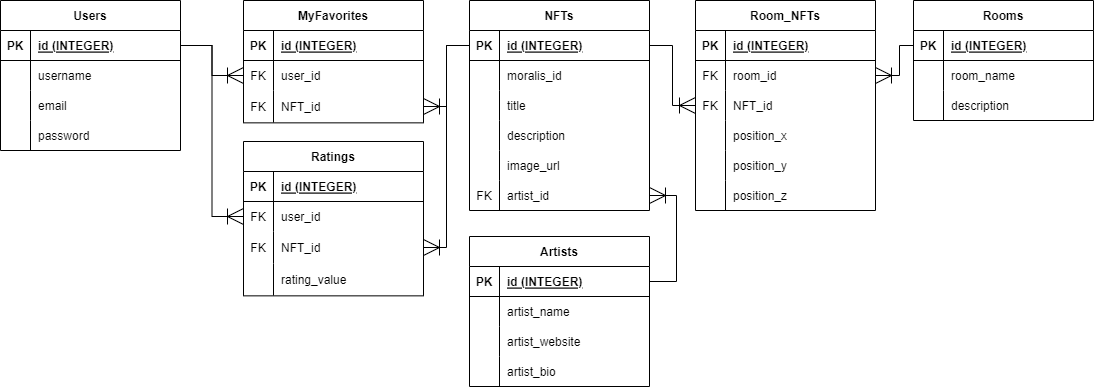
Above: schema.drawio.png in foxy008/CyberScape-client (draw.io), before the change. Source tidied: cells renumbered, new cells last; positions are measured from the earlier drawing's top-left corner, leaving out a move shared by most shapes.
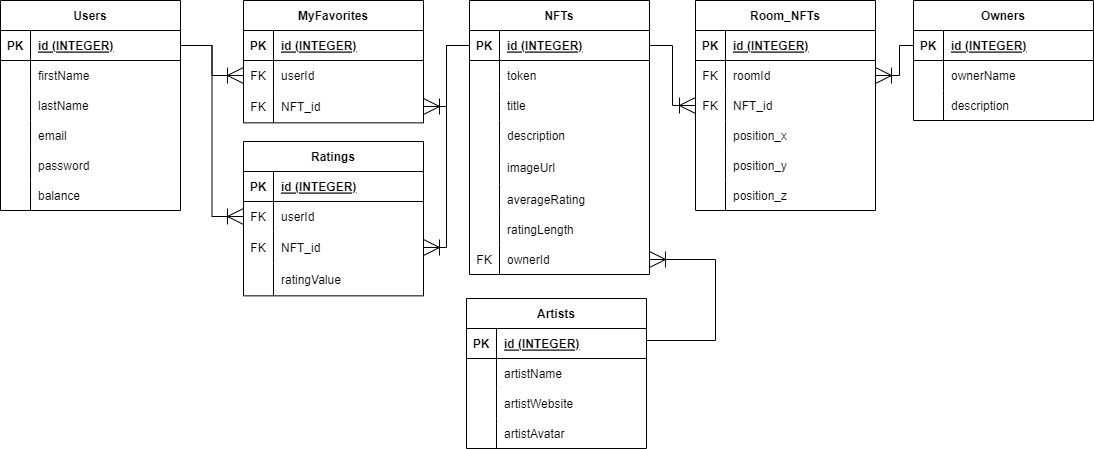
Above is the later version.

What changed in the source:
```diff
@@ -3,7 +3,7 @@
     <mxCell id="0" />
     <mxCell id="1" parent="0" />
     <mxCell id="2" value="Users" style="shape=table;startSize=30;rowLines=0;fontStyle=1;align=center;" parent="1" vertex="1">
-      <mxGeometry width="180" height="150" as="geometry" />
+      <mxGeometry width="180" height="210" as="geometry" />
     </mxCell>
     <mxCell id="3" style="shape=tableRow;horizontal=0;startSize=0;swimlaneHead=0;swimlaneBody=0;fillColor=none;points=[[0,0.5],[1,0.5]];portConstraint=eastwest;top=0;left=0;right=0;bottom=1;" parent="2" vertex="1">
       <mxGeometry y="30" width="180" height="30" as="geometry" />
@@ -20,7 +20,7 @@
     <mxCell id="7" style="shape=partialRectangle;fillColor=none;top=0;left=0;bottom=0;right=0;overflow=hidden;" parent="6" vertex="1">
       <mxGeometry width="30" height="30" as="geometry" />
     </mxCell>
-    <mxCell id="8" value="username" style="shape=partialRectangle;fillColor=none;top=0;left=0;bottom=0;right=0;align=left;spacingLeft=6;overflow=hidden;" parent="6" vertex="1">
+    <mxCell id="8" value="firstName" style="shape=partialRectangle;fillColor=none;top=0;left=0;bottom=0;right=0;align=left;spacingLeft=6;overflow=hidden;" parent="6" vertex="1">
       <mxGeometry x="30" width="150" height="30" as="geometry" />
     </mxCell>
     <mxCell id="9" style="shape=tableRow;horizontal=0;startSize=0;swimlaneHead=0;swimlaneBody=0;fillColor=none;top=0;left=0;right=0;bottom=0;" parent="2" vertex="1">
@@ -29,20 +29,38 @@
     <mxCell id="10" style="shape=partialRectangle;fillColor=none;top=0;left=0;bottom=0;right=0;overflow=hidden;" parent="9" vertex="1">
       <mxGeometry width="30" height="30" as="geometry" />
     </mxCell>
-    <mxCell id="11" value="email" style="shape=partialRectangle;fillColor=none;top=0;left=0;bottom=0;right=0;align=left;spacingLeft=6;overflow=hidden;" parent="9" vertex="1">
+    <mxCell id="11" value="lastName" style="shape=partialRectangle;fillColor=none;top=0;left=0;bottom=0;right=0;align=left;spacingLeft=6;overflow=hidden;" parent="9" vertex="1">
       <mxGeometry x="30" width="150" height="30" as="geometry" />
     </mxCell>
     <mxCell id="12" style="shape=tableRow;horizontal=0;startSize=0;swimlaneHead=0;swimlaneBody=0;fillColor=none;top=0;left=0;right=0;bottom=0;" parent="2" vertex="1">
       <mxGeometry y="120" width="180" height="30" as="geometry" />
     </mxCell>
-    <mxCell id="13" style="shape=partialRectangle;fillColor=none;top=0;left=0;bottom=0;right=0;overflow=hidden;" parent="12" vertex="1">
-      <mxGeometry width="30" height="30" as="geometry" />
-    </mxCell>
+    <mxCell id="106" style="shape=partialRectangle;fillColor=none;top=0;left=0;bottom=0;right=0;overflow=hidden;" parent="12" vertex="1">
+      <mxGeometry width="30" height="30" as="geometry" />
+    </mxCell>
+    <mxCell id="107" value="email" style="shape=partialRectangle;fillColor=none;top=0;left=0;bottom=0;right=0;align=left;spacingLeft=6;overflow=hidden;" parent="12" vertex="1">
+      <mxGeometry x="30" width="150" height="30" as="geometry" />
+    </mxCell>
+    <mxCell id="108" style="shape=tableRow;horizontal=0;startSize=0;swimlaneHead=0;swimlaneBody=0;fillColor=none;top=0;left=0;right=0;bottom=0;" parent="2" vertex="1">
+      <mxGeometry y="150" width="180" height="30" as="geometry" />
+    </mxCell>
+    <mxCell id="109" style="shape=partialRectangle;fillColor=none;top=0;left=0;bottom=0;right=0;overflow=hidden;" parent="108" vertex="1">
+      <mxGeometry width="30" height="30" as="geometry" />
+    </mxCell>
-    <mxCell id="14" value="password" style="shape=partialRectangle;fillColor=none;top=0;left=0;bottom=0;right=0;align=left;spacingLeft=6;overflow=hidden;" parent="12" vertex="1">
+    <mxCell id="14" value="password" style="shape=partialRectangle;fillColor=none;top=0;left=0;bottom=0;right=0;align=left;spacingLeft=6;overflow=hidden;" parent="108" vertex="1">
       <mxGeometry x="30" width="150" height="30" as="geometry" />
     </mxCell>
+    <mxCell id="110" style="shape=tableRow;horizontal=0;startSize=0;swimlaneHead=0;swimlaneBody=0;fillColor=none;top=0;left=0;right=0;bottom=0;" parent="2" vertex="1">
+      <mxGeometry y="180" width="180" height="30" as="geometry" />
+    </mxCell>
+    <mxCell id="111" style="shape=partialRectangle;fillColor=none;top=0;left=0;bottom=0;right=0;overflow=hidden;" parent="110" vertex="1">
+      <mxGeometry width="30" height="30" as="geometry" />
+    </mxCell>
+    <mxCell id="112" value="balance" style="shape=partialRectangle;fillColor=none;top=0;left=0;bottom=0;right=0;align=left;spacingLeft=6;overflow=hidden;" parent="110" vertex="1">
+      <mxGeometry x="30" width="150" height="30" as="geometry" />
+    </mxCell>
     <mxCell id="15" value="NFTs" style="shape=table;startSize=30;rowLines=0;fontStyle=1;align=center;" parent="1" vertex="1">
-      <mxGeometry x="469" width="180" height="210" as="geometry" />
+      <mxGeometry x="469" width="180" height="274" as="geometry" />
     </mxCell>
     <mxCell id="16" style="shape=tableRow;horizontal=0;startSize=0;swimlaneHead=0;swimlaneBody=0;fillColor=none;points=[[0,0.5],[1,0.5]];portConstraint=eastwest;top=0;left=0;right=0;bottom=1;" parent="15" vertex="1">
       <mxGeometry y="30" width="180" height="30" as="geometry" />
@@ -59,7 +77,7 @@
     <mxCell id="20" style="shape=partialRectangle;fillColor=none;top=0;left=0;bottom=0;right=0;overflow=hidden;" parent="19" vertex="1">
       <mxGeometry width="30" height="30" as="geometry" />
     </mxCell>
-    <mxCell id="21" value="moralis_id" style="shape=partialRectangle;fillColor=none;top=0;left=0;bottom=0;right=0;align=left;spacingLeft=6;overflow=hidden;" parent="19" vertex="1">
+    <mxCell id="21" value="token" style="shape=partialRectangle;fillColor=none;top=0;left=0;bottom=0;right=0;align=left;spacingLeft=6;overflow=hidden;" parent="19" vertex="1">
       <mxGeometry x="30" width="150" height="30" as="geometry" />
     </mxCell>
     <mxCell id="22" style="shape=tableRow;horizontal=0;startSize=0;swimlaneHead=0;swimlaneBody=0;fillColor=none;top=0;left=0;right=0;bottom=0;" parent="15" vertex="1">
@@ -81,23 +99,41 @@
       <mxGeometry x="30" width="150" height="30" as="geometry" />
     </mxCell>
     <mxCell id="28" style="shape=tableRow;horizontal=0;startSize=0;swimlaneHead=0;swimlaneBody=0;fillColor=none;top=0;left=0;right=0;bottom=0;" parent="15" vertex="1">
-      <mxGeometry y="150" width="180" height="30" as="geometry" />
+      <mxGeometry y="150" width="180" height="34" as="geometry" />
     </mxCell>
     <mxCell id="29" style="shape=partialRectangle;fillColor=none;top=0;left=0;bottom=0;right=0;overflow=hidden;" parent="28" vertex="1">
-      <mxGeometry width="30" height="30" as="geometry" />
+      <mxGeometry width="30" height="34" as="geometry" />
     </mxCell>
-    <mxCell id="30" value="image_url" style="shape=partialRectangle;fillColor=none;top=0;left=0;bottom=0;right=0;align=left;spacingLeft=6;overflow=hidden;" parent="28" vertex="1">
-      <mxGeometry x="30" width="150" height="30" as="geometry" />
+    <mxCell id="30" value="imageUrl" style="shape=partialRectangle;fillColor=none;top=0;left=0;bottom=0;right=0;align=left;spacingLeft=6;overflow=hidden;" parent="28" vertex="1">
+      <mxGeometry x="30" width="150" height="34" as="geometry" />
     </mxCell>
+    <mxCell id="113" style="shape=tableRow;horizontal=0;startSize=0;swimlaneHead=0;swimlaneBody=0;fillColor=none;top=0;left=0;right=0;bottom=0;" parent="15" vertex="1">
+      <mxGeometry y="184" width="180" height="30" as="geometry" />
+    </mxCell>
+    <mxCell id="114" style="shape=partialRectangle;fillColor=none;top=0;left=0;bottom=0;right=0;overflow=hidden;" parent="113" vertex="1">
+      <mxGeometry width="30" height="30" as="geometry" />
+    </mxCell>
+    <mxCell id="115" value="averageRating" style="shape=partialRectangle;fillColor=none;top=0;left=0;bottom=0;right=0;align=left;spacingLeft=6;overflow=hidden;" parent="113" vertex="1">
+      <mxGeometry x="30" width="150" height="30" as="geometry" />
+    </mxCell>
     <mxCell id="31" style="shape=tableRow;horizontal=0;startSize=0;swimlaneHead=0;swimlaneBody=0;fillColor=none;points=[[0,0.5],[1,0.5]];portConstraint=eastwest;top=0;left=0;right=0;bottom=0;" parent="15" vertex="1">
-      <mxGeometry y="180" width="180" height="30" as="geometry" />
+      <mxGeometry y="214" width="180" height="30" as="geometry" />
     </mxCell>
-    <mxCell id="32" value="FK" style="shape=partialRectangle;fillColor=none;top=0;left=0;bottom=0;right=0;overflow=hidden;" parent="31" vertex="1">
+    <mxCell id="32" style="shape=partialRectangle;fillColor=none;top=0;left=0;bottom=0;right=0;overflow=hidden;" parent="31" vertex="1">
       <mxGeometry width="30" height="30" as="geometry" />
     </mxCell>
-    <mxCell id="33" value="artist_id" style="shape=partialRectangle;fillColor=none;top=0;left=0;bottom=0;right=0;align=left;spacingLeft=6;overflow=hidden;" parent="31" vertex="1">
+    <mxCell id="33" value="ratingLength" style="shape=partialRectangle;fillColor=none;top=0;left=0;bottom=0;right=0;align=left;spacingLeft=6;overflow=hidden;" parent="31" vertex="1">
       <mxGeometry x="30" width="150" height="30" as="geometry" />
     </mxCell>
+    <mxCell id="116" style="shape=tableRow;horizontal=0;startSize=0;swimlaneHead=0;swimlaneBody=0;fillColor=none;points=[[0,0.5],[1,0.5]];portConstraint=eastwest;top=0;left=0;right=0;bottom=0;" parent="15" vertex="1">
+      <mxGeometry y="244" width="180" height="30" as="geometry" />
+    </mxCell>
+    <mxCell id="117" value="FK" style="shape=partialRectangle;fillColor=none;top=0;left=0;bottom=0;right=0;overflow=hidden;" parent="116" vertex="1">
+      <mxGeometry width="30" height="30" as="geometry" />
+    </mxCell>
+    <mxCell id="118" value="ownerId" style="shape=partialRectangle;fillColor=none;top=0;left=0;bottom=0;right=0;align=left;spacingLeft=6;overflow=hidden;" parent="116" vertex="1">
+      <mxGeometry x="30" width="150" height="30" as="geometry" />
+    </mxCell>
     <mxCell id="34" value="MyFavorites" style="shape=table;startSize=30;rowLines=0;fontStyle=1;align=center;" parent="1" vertex="1">
       <mxGeometry x="243" width="180" height="122.4" as="geometry" />
     </mxCell>
@@ -116,7 +152,7 @@
     <mxCell id="39" value="FK" style="shape=partialRectangle;fillColor=none;top=0;left=0;bottom=0;right=0;overflow=hidden;" parent="38" vertex="1">
       <mxGeometry width="30" height="30" as="geometry" />
     </mxCell>
-    <mxCell id="40" value="user_id" style="shape=partialRectangle;fillColor=none;top=0;left=0;bottom=0;right=0;align=left;spacingLeft=6;overflow=hidden;" parent="38" vertex="1">
+    <mxCell id="40" value="userId" style="shape=partialRectangle;fillColor=none;top=0;left=0;bottom=0;right=0;align=left;spacingLeft=6;overflow=hidden;" parent="38" vertex="1">
       <mxGeometry x="30" width="150" height="30" as="geometry" />
     </mxCell>
     <mxCell id="41" style="shape=tableRow;horizontal=0;startSize=0;swimlaneHead=0;swimlaneBody=0;fillColor=none;points=[[0,0.5],[1,0.5]];portConstraint=eastwest;top=0;left=0;right=0;bottom=0;" parent="34" vertex="1">
@@ -129,7 +165,7 @@
       <mxGeometry x="30" width="150" height="32" as="geometry" />
     </mxCell>
     <mxCell id="44" value="Artists" style="shape=table;startSize=30;rowLines=0;fontStyle=1;align=center;" parent="1" vertex="1">
-      <mxGeometry x="469" y="236" width="180" height="150" as="geometry" />
+      <mxGeometry x="466" y="298" width="180" height="150" as="geometry" />
     </mxCell>
     <mxCell id="45" style="shape=tableRow;horizontal=0;startSize=0;swimlaneHead=0;swimlaneBody=0;fillColor=none;points=[[0,0.5],[1,0.5]];portConstraint=eastwest;top=0;left=0;right=0;bottom=1;" parent="44" vertex="1">
       <mxGeometry y="30" width="180" height="30" as="geometry" />
@@ -146,7 +182,7 @@
     <mxCell id="49" style="shape=partialRectangle;fillColor=none;top=0;left=0;bottom=0;right=0;overflow=hidden;" parent="48" vertex="1">
       <mxGeometry width="30" height="30" as="geometry" />
     </mxCell>
-    <mxCell id="50" value="artist_name" style="shape=partialRectangle;fillColor=none;top=0;left=0;bottom=0;right=0;align=left;spacingLeft=6;overflow=hidden;" parent="48" vertex="1">
+    <mxCell id="50" value="artistName" style="shape=partialRectangle;fillColor=none;top=0;left=0;bottom=0;right=0;align=left;spacingLeft=6;overflow=hidden;" parent="48" vertex="1">
       <mxGeometry x="30" width="150" height="30" as="geometry" />
     </mxCell>
     <mxCell id="51" style="shape=tableRow;horizontal=0;startSize=0;swimlaneHead=0;swimlaneBody=0;fillColor=none;top=0;left=0;right=0;bottom=0;" parent="44" vertex="1">
@@ -155,7 +191,7 @@
     <mxCell id="52" style="shape=partialRectangle;fillColor=none;top=0;left=0;bottom=0;right=0;overflow=hidden;" parent="51" vertex="1">
       <mxGeometry width="30" height="30" as="geometry" />
     </mxCell>
-    <mxCell id="53" value="artist_website" style="shape=partialRectangle;fillColor=none;top=0;left=0;bottom=0;right=0;align=left;spacingLeft=6;overflow=hidden;" parent="51" vertex="1">
+    <mxCell id="53" value="artistWebsite" style="shape=partialRectangle;fillColor=none;top=0;left=0;bottom=0;right=0;align=left;spacingLeft=6;overflow=hidden;" parent="51" vertex="1">
       <mxGeometry x="30" width="150" height="30" as="geometry" />
     </mxCell>
     <mxCell id="54" style="shape=tableRow;horizontal=0;startSize=0;swimlaneHead=0;swimlaneBody=0;fillColor=none;top=0;left=0;right=0;bottom=0;" parent="44" vertex="1">
@@ -164,7 +200,7 @@
     <mxCell id="55" style="shape=partialRectangle;fillColor=none;top=0;left=0;bottom=0;right=0;overflow=hidden;" parent="54" vertex="1">
       <mxGeometry width="30" height="30" as="geometry" />
     </mxCell>
-    <mxCell id="56" value="artist_bio" style="shape=partialRectangle;fillColor=none;top=0;left=0;bottom=0;right=0;align=left;spacingLeft=6;overflow=hidden;" parent="54" vertex="1">
+    <mxCell id="56" value="artistAvatar" style="shape=partialRectangle;fillColor=none;top=0;left=0;bottom=0;right=0;align=left;spacingLeft=6;overflow=hidden;" parent="54" vertex="1">
       <mxGeometry x="30" width="150" height="30" as="geometry" />
     </mxCell>
     <mxCell id="57" style="edgeStyle=orthogonalEdgeStyle;fontSize=12;html=1;endArrow=ERoneToMany;rounded=0;startSize=14;endSize=14;sourcePerimeterSpacing=8;targetPerimeterSpacing=8;exitX=1;exitY=0.5;exitDx=0;exitDy=0;entryX=0;entryY=0.5;entryDx=0;entryDy=0;" parent="1" edge="1" source="3" target="38">
@@ -173,11 +209,12 @@
     <mxCell id="58" style="edgeStyle=orthogonalEdgeStyle;fontSize=12;html=1;endArrow=ERoneToMany;rounded=0;startSize=14;endSize=14;sourcePerimeterSpacing=8;targetPerimeterSpacing=8;exitX=0;exitY=0.5;exitDx=0;exitDy=0;entryX=1;entryY=0.5;entryDx=0;entryDy=0;" parent="1" edge="1" source="16" target="41">
       <mxGeometry relative="1" as="geometry" />
     </mxCell>
-    <mxCell id="59" style="edgeStyle=orthogonalEdgeStyle;fontSize=12;html=1;endArrow=ERoneToMany;rounded=0;startSize=14;endSize=14;sourcePerimeterSpacing=8;targetPerimeterSpacing=8;exitX=1;exitY=0.5;exitDx=0;exitDy=0;entryX=1;entryY=0.5;entryDx=0;entryDy=0;" parent="1" edge="1" source="45" target="31">
+    <mxCell id="59" style="edgeStyle=orthogonalEdgeStyle;fontSize=12;html=1;endArrow=ERoneToMany;rounded=0;startSize=14;endSize=14;sourcePerimeterSpacing=8;targetPerimeterSpacing=8;exitX=1;exitY=0.5;exitDx=0;exitDy=0;entryX=1;entryY=0.5;entryDx=0;entryDy=0;" parent="1" edge="1" source="45" target="116">
       <mxGeometry relative="1" as="geometry">
         <Array as="points">
-          <mxPoint x="676" y="281" />
-          <mxPoint x="676" y="195" />
+          <mxPoint x="646" y="340" />
+          <mxPoint x="715" y="340" />
+          <mxPoint x="715" y="259" />
         </Array>
       </mxGeometry>
     </mxCell>
@@ -199,7 +236,7 @@
     <mxCell id="65" value="FK" style="shape=partialRectangle;fillColor=none;top=0;left=0;bottom=0;right=0;overflow=hidden;" parent="64" vertex="1">
       <mxGeometry width="30" height="30" as="geometry" />
     </mxCell>
-    <mxCell id="66" value="room_id" style="shape=partialRectangle;fillColor=none;top=0;left=0;bottom=0;right=0;align=left;spacingLeft=6;overflow=hidden;" parent="64" vertex="1">
+    <mxCell id="66" value="roomId" style="shape=partialRectangle;fillColor=none;top=0;left=0;bottom=0;right=0;align=left;spacingLeft=6;overflow=hidden;" parent="64" vertex="1">
       <mxGeometry x="30" width="150" height="30" as="geometry" />
     </mxCell>
     <mxCell id="67" style="shape=tableRow;horizontal=0;startSize=0;swimlaneHead=0;swimlaneBody=0;fillColor=none;points=[[0,0.5],[1,0.5]];portConstraint=eastwest;top=0;left=0;right=0;bottom=0;" parent="60" vertex="1">
@@ -238,7 +275,7 @@
     <mxCell id="78" value="position_z" style="shape=partialRectangle;fillColor=none;top=0;left=0;bottom=0;right=0;align=left;spacingLeft=6;overflow=hidden;" parent="76" vertex="1">
       <mxGeometry x="30" width="150" height="30" as="geometry" />
     </mxCell>
-    <mxCell id="79" value="Rooms" style="shape=table;startSize=30;rowLines=0;fontStyle=1;align=center;" parent="1" vertex="1">
+    <mxCell id="79" value="Owners" style="shape=table;startSize=30;rowLines=0;fontStyle=1;align=center;" parent="1" vertex="1">
       <mxGeometry x="913" width="180" height="120" as="geometry" />
     </mxCell>
     <mxCell id="80" style="shape=tableRow;horizontal=0;startSize=0;swimlaneHead=0;swimlaneBody=0;fillColor=none;points=[[0,0.5],[1,0.5]];portConstraint=eastwest;top=0;left=0;right=0;bottom=1;" parent="79" vertex="1">
@@ -256,7 +293,7 @@
     <mxCell id="84" style="shape=partialRectangle;fillColor=none;top=0;left=0;bottom=0;right=0;overflow=hidden;" parent="83" vertex="1">
       <mxGeometry width="30" height="30" as="geometry" />
     </mxCell>
-    <mxCell id="85" value="room_name" style="shape=partialRectangle;fillColor=none;top=0;left=0;bottom=0;right=0;align=left;spacingLeft=6;overflow=hidden;" parent="83" vertex="1">
+    <mxCell id="85" value="ownerName" style="shape=partialRectangle;fillColor=none;top=0;left=0;bottom=0;right=0;align=left;spacingLeft=6;overflow=hidden;" parent="83" vertex="1">
       <mxGeometry x="30" width="150" height="30" as="geometry" />
     </mxCell>
     <mxCell id="86" style="shape=tableRow;horizontal=0;startSize=0;swimlaneHead=0;swimlaneBody=0;fillColor=none;top=0;left=0;right=0;bottom=0;" parent="79" vertex="1">
@@ -297,7 +334,7 @@
     <mxCell id="96" value="FK" style="shape=partialRectangle;fillColor=none;top=0;left=0;bottom=0;right=0;overflow=hidden;" parent="95" vertex="1">
       <mxGeometry width="30" height="30" as="geometry" />
     </mxCell>
-    <mxCell id="97" value="user_id" style="shape=partialRectangle;fillColor=none;top=0;left=0;bottom=0;right=0;align=left;spacingLeft=6;overflow=hidden;" parent="95" vertex="1">
+    <mxCell id="97" value="userId" style="shape=partialRectangle;fillColor=none;top=0;left=0;bottom=0;right=0;align=left;spacingLeft=6;overflow=hidden;" parent="95" vertex="1">
       <mxGeometry x="30" width="150" height="30" as="geometry" />
     </mxCell>
     <mxCell id="98" style="shape=tableRow;horizontal=0;startSize=0;swimlaneHead=0;swimlaneBody=0;fillColor=none;points=[[0,0.5],[1,0.5]];portConstraint=eastwest;top=0;left=0;right=0;bottom=0;" parent="91" vertex="1">
@@ -315,7 +352,7 @@
     <mxCell id="102" style="shape=partialRectangle;fillColor=none;top=0;left=0;bottom=0;right=0;overflow=hidden;" parent="101" vertex="1">
       <mxGeometry width="30" height="32" as="geometry" />
     </mxCell>
-    <mxCell id="103" value="rating_value" style="shape=partialRectangle;fillColor=none;top=0;left=0;bottom=0;right=0;align=left;spacingLeft=6;overflow=hidden;" parent="101" vertex="1">
+    <mxCell id="103" value="ratingValue" style="shape=partialRectangle;fillColor=none;top=0;left=0;bottom=0;right=0;align=left;spacingLeft=6;overflow=hidden;" parent="101" vertex="1">
       <mxGeometry x="30" width="150" height="32" as="geometry" />
     </mxCell>
     <mxCell id="104" style="edgeStyle=orthogonalEdgeStyle;fontSize=12;html=1;endArrow=ERoneToMany;rounded=0;startSize=14;endSize=14;sourcePerimeterSpacing=8;targetPerimeterSpacing=8;exitX=1;exitY=0.5;exitDx=0;exitDy=0;entryX=0;entryY=0.5;entryDx=0;entryDy=0;" parent="1" edge="1" source="3" target="95">
```
